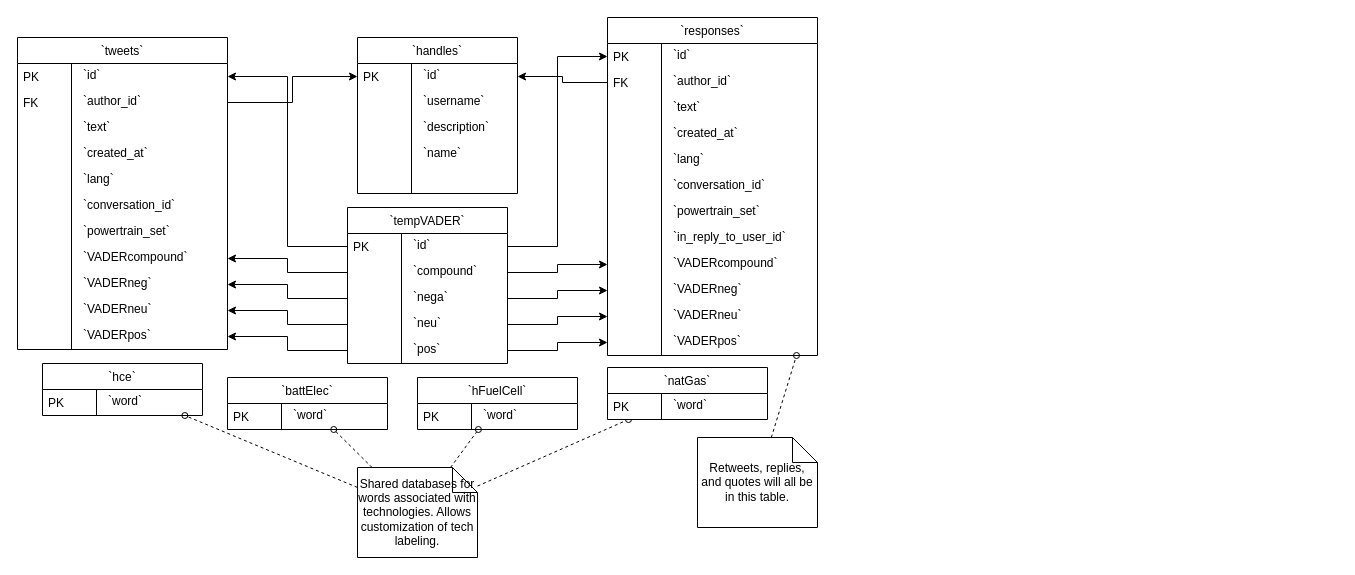
This is page "Page-2" (2 of 2) of uml/database.drawio from agarcia169/4306-Donaldson-Project, a draw.io file, before an edit. Source tidied: cells renumbered, new cells numbered last; positions are measured from the earlier drawing's top-left corner, leaving out a move shared by most shapes. Both pictures are drawn from the tidied source at 100%, with x=0, y=0 at pixel (17, 17).
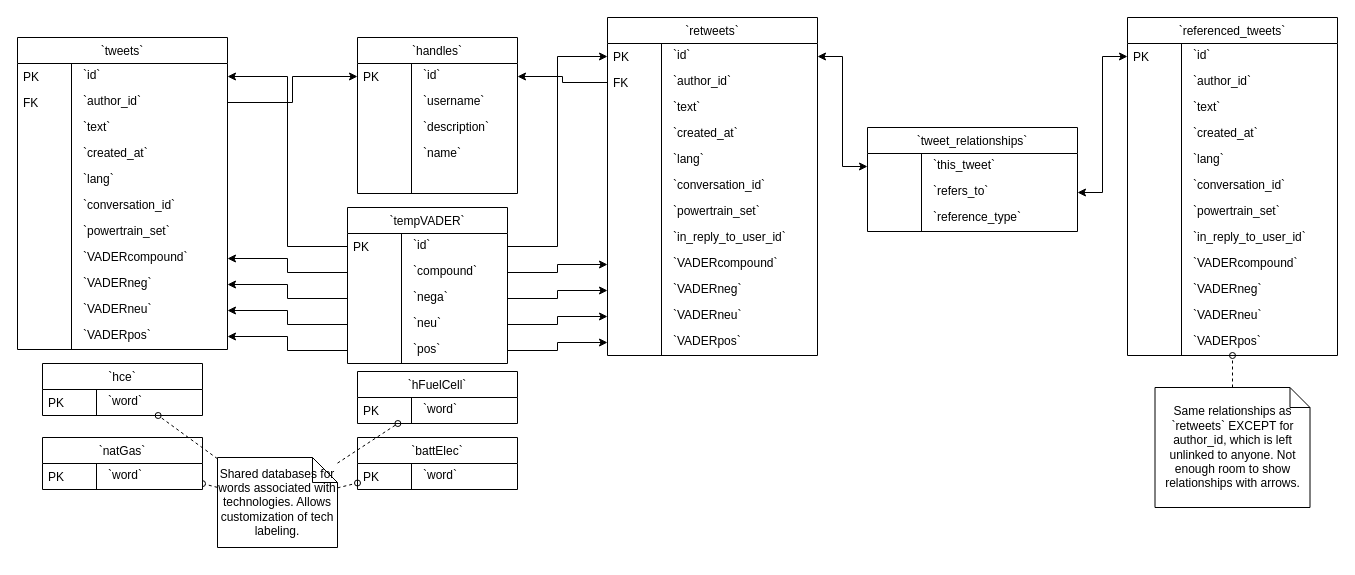
After the change.

Unchanged cells that the change refers to:
```xml
<mxCell id="39" value="`id`" style="shape=partialRectangle;top=0;left=0;right=0;bottom=0;align=left;verticalAlign=top;spacingTop=-2;fillColor=none;spacingLeft=64;spacingRight=4;overflow=hidden;points=[[0,0.5],[1,0.5]];portConstraint=eastwest;" parent="38" vertex="1">
  <mxGeometry y="26" width="210" height="26" as="geometry" />
</mxCell>
<mxCell id="61" value="`VADERpos`" style="shape=partialRectangle;top=0;left=0;right=0;bottom=0;align=left;verticalAlign=top;spacingTop=-2;fillColor=none;spacingLeft=64;spacingRight=4;overflow=hidden;points=[[0,0.5],[1,0.5]];portConstraint=eastwest;" parent="38" vertex="1">
  <mxGeometry y="312" width="210" height="26" as="geometry" />
</mxCell>
```

What changed in the source:
```diff
@@
-    <mxCell id="38" value="`responses`" style="swimlane;fontStyle=0;horizontal=1;startSize=26;fillColor=default;swimlaneFillColor=default;align=center;" parent="1" vertex="1">
+    <mxCell id="38" value="`retweets`" style="swimlane;fontStyle=0;horizontal=1;startSize=26;fillColor=default;swimlaneFillColor=default;align=center;" parent="1" vertex="1">
       <mxGeometry x="590" width="210" height="338" as="geometry" />
     </mxCell>
@@
     <mxCell id="88" value="`battElec`" style="swimlane;fontStyle=0;horizontal=1;startSize=26;fillColor=default;swimlaneFillColor=default;align=center;" parent="1" vertex="1">
-      <mxGeometry x="210" y="360" width="160" height="52" as="geometry" />
+      <mxGeometry x="340" y="420" width="160" height="52" as="geometry" />
     </mxCell>
@@
     <mxCell id="91" value="`hFuelCell`" style="swimlane;fontStyle=0;horizontal=1;startSize=26;fillColor=default;swimlaneFillColor=default;align=center;" parent="1" vertex="1">
-      <mxGeometry x="400" y="360" width="160" height="52" as="geometry" />
+      <mxGeometry x="340" y="354" width="160" height="52" as="geometry" />
     </mxCell>
@@
     <mxCell id="94" value="`natGas`" style="swimlane;fontStyle=0;horizontal=1;startSize=26;fillColor=default;swimlaneFillColor=default;align=center;" parent="1" vertex="1">
-      <mxGeometry x="590" y="350" width="160" height="52" as="geometry" />
+      <mxGeometry x="25" y="420" width="160" height="52" as="geometry" />
     </mxCell>
@@
     <mxCell id="100" value="&lt;div&gt;Shared databases for words associated with technologies. Allows customization of tech labeling.&lt;br&gt;&lt;/div&gt;" style="shape=note2;boundedLbl=1;whiteSpace=wrap;html=1;size=25;verticalAlign=middle;align=center;" parent="1" vertex="1">
-      <mxGeometry x="340" y="450" width="120" height="90" as="geometry" />
+      <mxGeometry x="200" y="440" width="120" height="90" as="geometry" />
     </mxCell>
-    <mxCell id="101" style="rounded=0;jettySize=auto;html=1;dashed=1;endArrow=oval;endFill=0;entryX=0.9;entryY=1;entryDx=0;entryDy=0;entryPerimeter=0;" parent="1" edge="1" source="102" target="61">
-      <mxGeometry relative="1" as="geometry" />
-    </mxCell>
-    <mxCell id="102" value="Retweets, replies, and quotes will all be in this table." style="shape=note2;boundedLbl=1;whiteSpace=wrap;html=1;size=25;verticalAlign=middle;align=center;" parent="1" vertex="1">
-      <mxGeometry x="680" y="420" width="120" height="90" as="geometry" />
-    </mxCell>
+    <mxCell id="103" value="`referenced_tweets`" style="swimlane;fontStyle=0;horizontal=1;startSize=26;fillColor=default;swimlaneFillColor=default;align=center;" parent="1" vertex="1">
+      <mxGeometry x="1110" width="210" height="338" as="geometry" />
+    </mxCell>
+    <mxCell id="104" value="`id`" style="shape=partialRectangle;top=0;left=0;right=0;bottom=0;align=left;verticalAlign=top;spacingTop=-2;fillColor=none;spacingLeft=64;spacingRight=4;overflow=hidden;points=[[0,0.5],[1,0.5]];portConstraint=eastwest;" parent="103" vertex="1">
+      <mxGeometry y="26" width="210" height="26" as="geometry" />
+    </mxCell>
+    <mxCell id="105" value="PK" style="shape=partialRectangle;top=0;left=0;bottom=0;fillColor=none;align=left;verticalAlign=middle;spacingLeft=4;spacingRight=4;overflow=hidden;" parent="104" vertex="1">
+      <mxGeometry width="54" height="26" as="geometry" />
+    </mxCell>
+    <mxCell id="106" value="`author_id`" style="shape=partialRectangle;top=0;left=0;right=0;bottom=0;align=left;verticalAlign=top;spacingTop=-2;fillColor=none;spacingLeft=64;spacingRight=4;overflow=hidden;" parent="103" vertex="1">
+      <mxGeometry y="52" width="210" height="26" as="geometry" />
+    </mxCell>
+    <mxCell id="107" style="shape=partialRectangle;top=0;left=0;bottom=0;fillColor=none;align=left;verticalAlign=middle;spacingLeft=4;spacingRight=4;overflow=hidden;" parent="106" vertex="1">
+      <mxGeometry width="54" height="26" as="geometry" />
+    </mxCell>
+    <mxCell id="108" value="`text`" style="shape=partialRectangle;top=0;left=0;right=0;bottom=0;align=left;verticalAlign=top;spacingTop=-2;fillColor=none;spacingLeft=64;spacingRight=4;overflow=hidden;" parent="103" vertex="1">
+      <mxGeometry y="78" width="210" height="26" as="geometry" />
+    </mxCell>
+    <mxCell id="109" style="shape=partialRectangle;top=0;left=0;bottom=0;fillColor=none;align=left;verticalAlign=middle;spacingLeft=4;spacingRight=4;overflow=hidden;" parent="108" vertex="1">
+      <mxGeometry width="54" height="26" as="geometry" />
+    </mxCell>
+    <mxCell id="110" value="`created_at`" style="shape=partialRectangle;top=0;left=0;right=0;bottom=0;align=left;verticalAlign=top;spacingTop=-2;fillColor=none;spacingLeft=64;spacingRight=4;overflow=hidden;" parent="103" vertex="1">
+      <mxGeometry y="104" width="210" height="26" as="geometry" />
+    </mxCell>
+    <mxCell id="111" style="shape=partialRectangle;top=0;left=0;bottom=0;fillColor=none;align=left;verticalAlign=middle;spacingLeft=4;spacingRight=4;overflow=hidden;" parent="110" vertex="1">
+      <mxGeometry width="54" height="26" as="geometry" />
+    </mxCell>
+    <mxCell id="112" value="`lang`&#10;" style="shape=partialRectangle;top=0;left=0;right=0;bottom=0;align=left;verticalAlign=top;spacingTop=-2;fillColor=none;spacingLeft=64;spacingRight=4;overflow=hidden;" parent="103" vertex="1">
+      <mxGeometry y="130" width="210" height="26" as="geometry" />
+    </mxCell>
+    <mxCell id="113" style="shape=partialRectangle;top=0;left=0;bottom=0;fillColor=none;align=left;verticalAlign=middle;spacingLeft=4;spacingRight=4;overflow=hidden;" parent="112" vertex="1">
+      <mxGeometry width="54" height="26" as="geometry" />
+    </mxCell>
+    <mxCell id="114" value="`conversation_id`" style="shape=partialRectangle;top=0;left=0;right=0;bottom=0;align=left;verticalAlign=top;spacingTop=-2;fillColor=none;spacingLeft=64;spacingRight=4;overflow=hidden;" parent="103" vertex="1">
+      <mxGeometry y="156" width="210" height="26" as="geometry" />
+    </mxCell>
+    <mxCell id="115" style="shape=partialRectangle;top=0;left=0;bottom=0;fillColor=none;align=left;verticalAlign=middle;spacingLeft=4;spacingRight=4;overflow=hidden;" parent="114" vertex="1">
+      <mxGeometry width="54" height="26" as="geometry" />
+    </mxCell>
+    <mxCell id="116" value="`powertrain_set`" style="shape=partialRectangle;top=0;left=0;right=0;bottom=0;align=left;verticalAlign=top;spacingTop=-2;fillColor=none;spacingLeft=64;spacingRight=4;overflow=hidden;" parent="103" vertex="1">
+      <mxGeometry y="182" width="210" height="26" as="geometry" />
+    </mxCell>
+    <mxCell id="117" style="shape=partialRectangle;top=0;left=0;bottom=0;fillColor=none;align=left;verticalAlign=middle;spacingLeft=4;spacingRight=4;overflow=hidden;" parent="116" vertex="1">
+      <mxGeometry width="54" height="26" as="geometry" />
+    </mxCell>
+    <mxCell id="118" value="`in_reply_to_user_id`" style="shape=partialRectangle;top=0;left=0;right=0;bottom=0;align=left;verticalAlign=top;spacingTop=-2;fillColor=none;spacingLeft=64;spacingRight=4;overflow=hidden;" parent="103" vertex="1">
+      <mxGeometry y="208" width="210" height="26" as="geometry" />
+    </mxCell>
+    <mxCell id="119" style="shape=partialRectangle;top=0;left=0;bottom=0;fillColor=none;align=left;verticalAlign=middle;spacingLeft=4;spacingRight=4;overflow=hidden;" parent="118" vertex="1">
+      <mxGeometry width="54" height="26" as="geometry" />
+    </mxCell>
+    <mxCell id="120" value="`VADERcompound`" style="shape=partialRectangle;top=0;left=0;right=0;bottom=0;align=left;verticalAlign=top;spacingTop=-2;fillColor=none;spacingLeft=64;spacingRight=4;overflow=hidden;" parent="103" vertex="1">
+      <mxGeometry y="234" width="210" height="26" as="geometry" />
+    </mxCell>
+    <mxCell id="121" style="shape=partialRectangle;top=0;left=0;bottom=0;fillColor=none;align=left;verticalAlign=middle;spacingLeft=4;spacingRight=4;overflow=hidden;" parent="120" vertex="1">
+      <mxGeometry width="54" height="26" as="geometry" />
+    </mxCell>
+    <mxCell id="122" value="`VADERneg`" style="shape=partialRectangle;top=0;left=0;right=0;bottom=0;align=left;verticalAlign=top;spacingTop=-2;fillColor=none;spacingLeft=64;spacingRight=4;overflow=hidden;" parent="103" vertex="1">
+      <mxGeometry y="260" width="210" height="26" as="geometry" />
+    </mxCell>
+    <mxCell id="123" style="shape=partialRectangle;top=0;left=0;bottom=0;fillColor=none;align=left;verticalAlign=middle;spacingLeft=4;spacingRight=4;overflow=hidden;" parent="122" vertex="1">
+      <mxGeometry width="54" height="26" as="geometry" />
+    </mxCell>
+    <mxCell id="124" value="`VADERneu`" style="shape=partialRectangle;top=0;left=0;right=0;bottom=0;align=left;verticalAlign=top;spacingTop=-2;fillColor=none;spacingLeft=64;spacingRight=4;overflow=hidden;" parent="103" vertex="1">
+      <mxGeometry y="286" width="210" height="26" as="geometry" />
+    </mxCell>
+    <mxCell id="125" style="shape=partialRectangle;top=0;left=0;bottom=0;fillColor=none;align=left;verticalAlign=middle;spacingLeft=4;spacingRight=4;overflow=hidden;" parent="124" vertex="1">
+      <mxGeometry width="54" height="26" as="geometry" />
+    </mxCell>
+    <mxCell id="126" value="`VADERpos`" style="shape=partialRectangle;top=0;left=0;right=0;bottom=0;align=left;verticalAlign=top;spacingTop=-2;fillColor=none;spacingLeft=64;spacingRight=4;overflow=hidden;" parent="103" vertex="1">
+      <mxGeometry y="312" width="210" height="26" as="geometry" />
+    </mxCell>
+    <mxCell id="127" style="shape=partialRectangle;top=0;left=0;bottom=0;fillColor=none;align=left;verticalAlign=middle;spacingLeft=4;spacingRight=4;overflow=hidden;" parent="126" vertex="1">
+      <mxGeometry width="54" height="26" as="geometry" />
+    </mxCell>
+    <mxCell id="128" value="`tweet_relationships`" style="swimlane;fontStyle=0;horizontal=1;startSize=26;fillColor=default;swimlaneFillColor=default;align=center;" parent="1" vertex="1">
+      <mxGeometry x="850" y="110" width="210" height="104" as="geometry" />
+    </mxCell>
+    <mxCell id="129" value="`this_tweet`" style="shape=partialRectangle;top=0;left=0;right=0;bottom=0;align=left;verticalAlign=top;spacingTop=-2;fillColor=none;spacingLeft=64;spacingRight=4;overflow=hidden;points=[[0,0.5],[1,0.5]];portConstraint=eastwest;" parent="128" vertex="1">
+      <mxGeometry y="26" width="210" height="26" as="geometry" />
+    </mxCell>
+    <mxCell id="130" style="shape=partialRectangle;top=0;left=0;bottom=0;fillColor=none;align=left;verticalAlign=middle;spacingLeft=4;spacingRight=4;overflow=hidden;" parent="129" vertex="1">
+      <mxGeometry width="54" height="26" as="geometry" />
+    </mxCell>
+    <mxCell id="131" value="`refers_to`" style="shape=partialRectangle;top=0;left=0;right=0;bottom=0;align=left;verticalAlign=top;spacingTop=-2;fillColor=none;spacingLeft=64;spacingRight=4;overflow=hidden;points=[[0,0.5],[1,0.5]];portConstraint=eastwest;" parent="128" vertex="1">
+      <mxGeometry y="52" width="210" height="26" as="geometry" />
+    </mxCell>
+    <mxCell id="132" style="shape=partialRectangle;top=0;left=0;bottom=0;fillColor=none;align=left;verticalAlign=middle;spacingLeft=4;spacingRight=4;overflow=hidden;" parent="131" vertex="1">
+      <mxGeometry width="54" height="26" as="geometry" />
+    </mxCell>
+    <mxCell id="133" value="`reference_type`" style="shape=partialRectangle;top=0;left=0;right=0;bottom=0;align=left;verticalAlign=top;spacingTop=-2;fillColor=none;spacingLeft=64;spacingRight=4;overflow=hidden;" parent="128" vertex="1">
+      <mxGeometry y="78" width="210" height="26" as="geometry" />
+    </mxCell>
+    <mxCell id="134" style="shape=partialRectangle;top=0;left=0;bottom=0;fillColor=none;align=left;verticalAlign=middle;spacingLeft=4;spacingRight=4;overflow=hidden;" parent="133" vertex="1">
+      <mxGeometry width="54" height="26" as="geometry" />
+    </mxCell>
+    <mxCell id="135" style="rounded=0;jettySize=auto;html=1;dashed=1;endArrow=oval;endFill=0;" parent="1" edge="1" source="136" target="103">
+      <mxGeometry relative="1" as="geometry" />
+    </mxCell>
+    <mxCell id="136" value="Same relationships as `retweets` EXCEPT for author_id, which is left unlinked to anyone. Not enough room to show relationships with arrows." style="shape=note;size=20;whiteSpace=wrap;html=1;" parent="1" vertex="1">
+      <mxGeometry x="1137.5" y="370" width="155" height="120" as="geometry" />
+    </mxCell>
+    <mxCell id="137" style="edgeStyle=orthogonalEdgeStyle;rounded=0;jettySize=auto;html=1;endArrow=classic;endFill=1;startArrow=classic;startFill=1;" parent="1" edge="1" source="39" target="129">
+      <mxGeometry relative="1" as="geometry" />
+    </mxCell>
+    <mxCell id="138" style="edgeStyle=orthogonalEdgeStyle;rounded=0;jettySize=auto;html=1;endArrow=classic;endFill=1;startArrow=classic;startFill=1;" parent="1" edge="1" source="104" target="131">
+      <mxGeometry relative="1" as="geometry" />
+    </mxCell>
```
